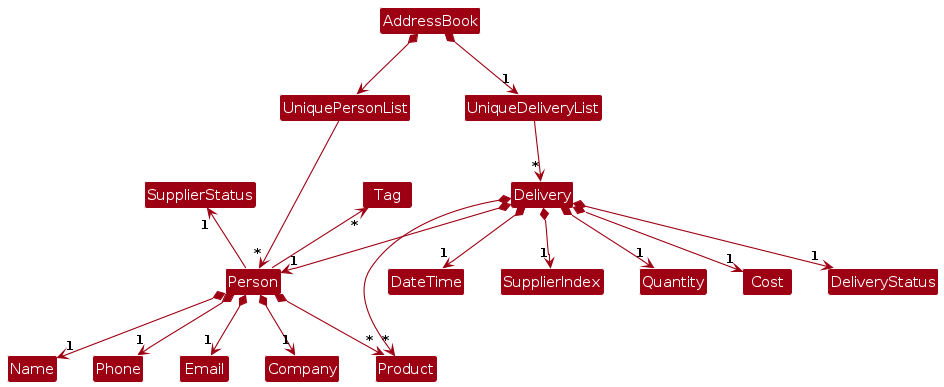
AY2425S1-CS2103T-W14-1/tp keeps this PlantUML diagram as diagrams/BetterModelClassDiagram.png. Above is the earlier version. Its source is kept beside it as diagrams/BetterModelClassDiagram.puml.
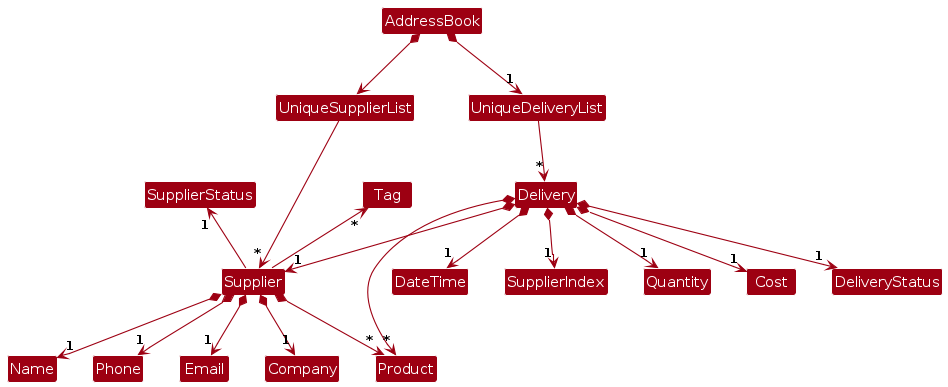
Later version of the same file.

What changed in the source:
```diff
@@ -4,23 +4,23 @@
 skinparam arrowColor MODEL_COLOR
 skinparam classBackgroundColor MODEL_COLOR
 
-AddressBook *-right-> UniquePersonList
+AddressBook *-right-> UniqueSupplierList
 AddressBook *-down-> "1" UniqueDeliveryList
 
-UniquePersonList -right-> "*" Person
+UniqueSupplierList -right-> "*" Supplier
 UniqueDeliveryList -down-> "*" Delivery
 
-Person -up-> "*" Tag
-Person *--> "1" Name
-Person *--> "1" Phone
-Person *--> "1" Email
-Person *--> "1" Company
-Person *--> "*" Product
-Person -up-> "1" SupplierStatus
+Supplier -up-> "*" Tag
+Supplier *--> "1" Name
+Supplier *--> "1" Phone
+Supplier *--> "1" Email
+Supplier *--> "1" Company
+Supplier *--> "*" Product
+Supplier -up-> "1" SupplierStatus
 
 Delivery *--> "*" Product
 Delivery *--> "1" DateTime
-Delivery *--> "1" Person
+Delivery *--> "1" Supplier
 Delivery *--> "1" SupplierIndex
 Delivery *--> "1" Quantity
 Delivery *--> "1" Cost
```
